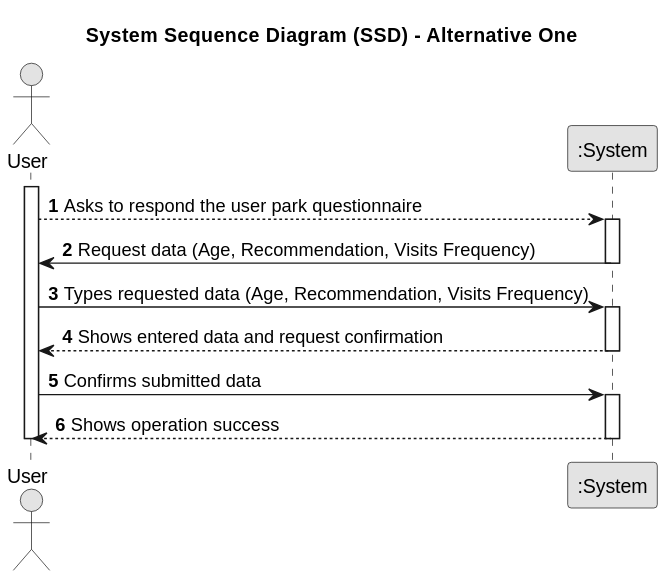
Earlier version of the PlantUML export docs/sprintB/us011/01.requirements-engineering/svg/us011-system-sequence-diagram-alternative-one-System_Sequence_Diagram__SSD____Alternative_One.svg (SAEmanuel/Green_Spaces_Management_ISEP).
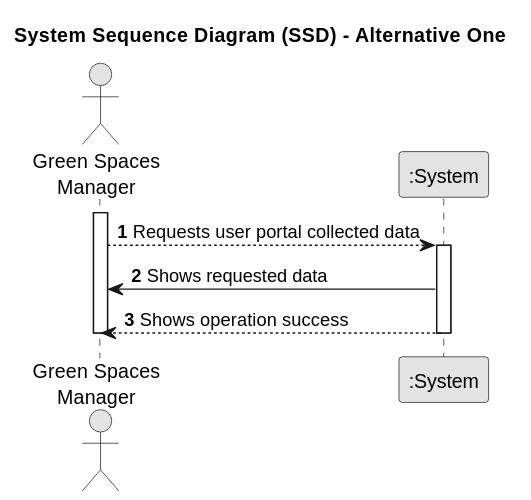
Later version of the same file.

Diff of the diagram source:
```diff
@@ -7,27 +7,16 @@
 
 autonumber
 
-actor "User" as User
+actor "Green Spaces\nManager" as GSM
 participant ":System" as System
 
-        activate User
+        activate GSM
 
-        User --> System: Asks to respond the user park questionnaire
+        GSM --> System: Requests user portal collected data
         activate System
 
-        System -> User : Request data (Age, Recommendation, Visits Frequency)
+        System -> GSM : Shows requested data
+        System --> GSM : Shows operation success
         deactivate System
-        User -> System : Types requested data (Age, Recommendation, Visits Frequency)
-
-        activate System
-
-        System --> User : Shows entered data and request confirmation
-        deactivate System
-
-        User -> System : Confirms submitted data
-        activate System
-
-        System --> User : Shows operation success
-        deactivate System
-        deactivate User
+        deactivate GSM
 @enduml
```
